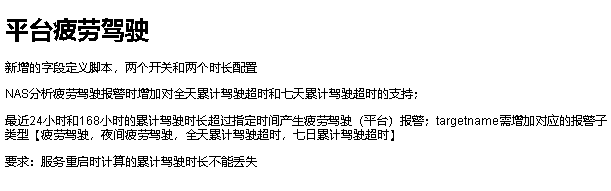
xktder/draw keeps this draw.io diagram as 平台疲劳驾驶.drawio.png. Above is the earlier version. Source tidied: cells renumbered, new cells last; positions are measured from the earlier drawing's top-left corner, leaving out a move shared by most shapes. Source of this version:
```xml
<mxGraphModel>
  <root>
    <mxCell id="0" />
    <mxCell id="1" parent="0" />
    <mxCell id="2" value="&lt;h1&gt;平台疲劳驾驶&lt;/h1&gt;&lt;p&gt;新增的字段定义脚本，两个开关和两个时长配置&lt;/p&gt;&lt;p&gt;NAS分析疲劳驾驶报警时增加对全天累计驾驶超时和七天累计驾驶超时的支持；&lt;/p&gt;&lt;p&gt;最近24小时和168小时的累计驾驶时长超过指定时间产生疲劳驾驶（平台）报警；targetname需增加对应的报警子类型【疲劳驾驶，夜间疲劳驾驶，全天累计驾驶超时，七日累计驾驶超时】&lt;/p&gt;&lt;p&gt;要求：服务重启时计算的累计驾驶时长不能丢失&lt;/p&gt;" style="text;html=1;strokeColor=none;fillColor=none;spacing=5;spacingTop=-20;whiteSpace=wrap;overflow=hidden;rounded=0;" parent="1" vertex="1">
      <mxGeometry width="610" height="180" as="geometry" />
    </mxCell>
  </root>
</mxGraphModel>
```
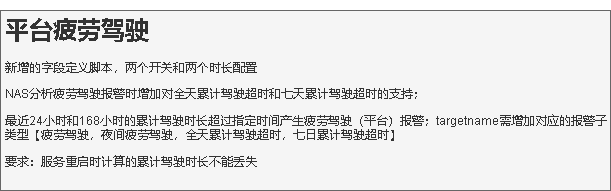
The same file after the commit.

Commit message:
更新平台疲劳驾驶.drawio.png

The edit, as a diff of the source:
```diff
@@ -2,7 +2,7 @@
   <root>
     <mxCell id="0" />
     <mxCell id="1" parent="0" />
-    <mxCell id="2" value="&lt;h1&gt;平台疲劳驾驶&lt;/h1&gt;&lt;p&gt;新增的字段定义脚本，两个开关和两个时长配置&lt;/p&gt;&lt;p&gt;NAS分析疲劳驾驶报警时增加对全天累计驾驶超时和七天累计驾驶超时的支持；&lt;/p&gt;&lt;p&gt;最近24小时和168小时的累计驾驶时长超过指定时间产生疲劳驾驶（平台）报警；targetname需增加对应的报警子类型【疲劳驾驶，夜间疲劳驾驶，全天累计驾驶超时，七日累计驾驶超时】&lt;/p&gt;&lt;p&gt;要求：服务重启时计算的累计驾驶时长不能丢失&lt;/p&gt;" style="text;html=1;strokeColor=none;fillColor=none;spacing=5;spacingTop=-20;whiteSpace=wrap;overflow=hidden;rounded=0;" parent="1" vertex="1">
+    <mxCell id="2" value="&lt;h1&gt;平台疲劳驾驶&lt;/h1&gt;&lt;p&gt;新增的字段定义脚本，两个开关和两个时长配置&lt;/p&gt;&lt;p&gt;NAS分析疲劳驾驶报警时增加对全天累计驾驶超时和七天累计驾驶超时的支持；&lt;/p&gt;&lt;p&gt;最近24小时和168小时的累计驾驶时长超过指定时间产生疲劳驾驶（平台）报警；targetname需增加对应的报警子类型【疲劳驾驶，夜间疲劳驾驶，全天累计驾驶超时，七日累计驾驶超时】&lt;/p&gt;&lt;p&gt;要求：服务重启时计算的累计驾驶时长不能丢失&lt;/p&gt;" style="text;html=1;strokeColor=#666666;fillColor=#f5f5f5;spacing=5;spacingTop=-20;whiteSpace=wrap;overflow=hidden;rounded=0;fontColor=#333333;" parent="1" vertex="1">
       <mxGeometry width="610" height="180" as="geometry" />
     </mxCell>
   </root>
```
